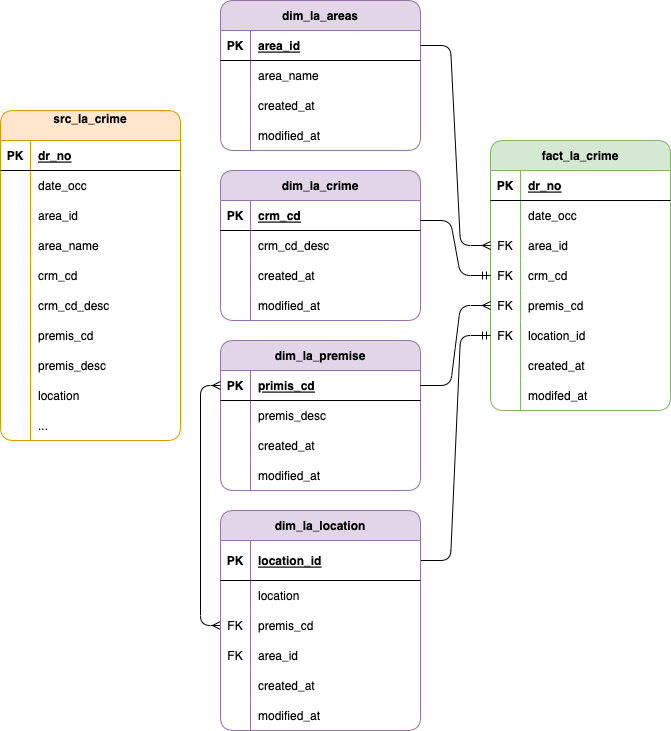
Before: img/LA_CRIME_ERD.png, a diagram exported from draw.io (Drewrwhite/team-week2). Source tidied: cells renumbered, new cells last; positions are measured from the earlier drawing's top-left corner, leaving out a move shared by most shapes.
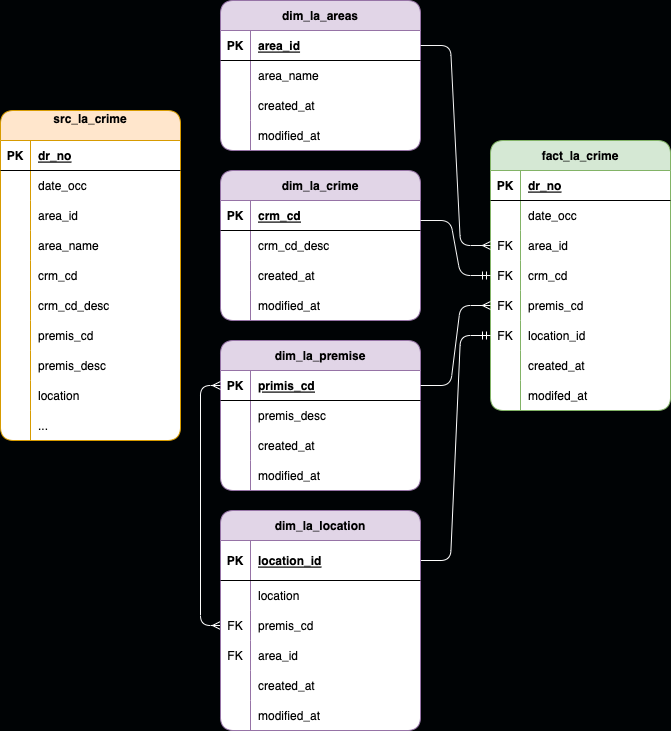
The same file after the commit.

The edit, as a diff of the source:
```diff
@@ -1,8 +1,8 @@
-<mxGraphModel background="#ffffff">
+<mxGraphModel background="#000305">
   <root>
     <mxCell id="0" />
     <mxCell id="1" parent="0" />
-    <mxCell id="2" value="dim_la_areas" style="shape=table;startSize=30;rowLines=0;fontStyle=1;align=center;fillColor=#e1d5e7;strokeColor=#9673a6;rounded=1;" parent="1" vertex="1">
+    <mxCell id="2" value="dim_la_areas" style="shape=table;startSize=30;rowLines=0;fontStyle=1;align=center;fillColor=#e1d5e7;strokeColor=#9673a6;rounded=1;gradientColor=none;swimlaneFillColor=default;" parent="1" vertex="1">
       <mxGeometry x="220" width="200" height="150" as="geometry" />
     </mxCell>
     <mxCell id="3" style="shape=tableRow;horizontal=0;startSize=0;swimlaneHead=0;swimlaneBody=0;fillColor=none;points=[[0,0.5],[1,0.5]];portConstraint=eastwest;top=0;left=0;right=0;bottom=1;rounded=1;" parent="2" vertex="1">
@@ -41,7 +41,7 @@
     <mxCell id="14" value="modified_at" style="shape=partialRectangle;fillColor=none;top=0;left=0;bottom=0;right=0;align=left;spacingLeft=6;overflow=hidden;rounded=1;" parent="12" vertex="1">
       <mxGeometry x="30" width="170" height="30" as="geometry" />
     </mxCell>
-    <mxCell id="15" value="fact_la_crime" style="shape=table;startSize=30;rowLines=0;fontStyle=1;align=center;fillColor=#d5e8d4;strokeColor=#82b366;rounded=1;" parent="1" vertex="1">
+    <mxCell id="15" value="fact_la_crime" style="shape=table;startSize=30;rowLines=0;fontStyle=1;align=center;fillColor=#d5e8d4;strokeColor=#82b366;rounded=1;swimlaneFillColor=default;" parent="1" vertex="1">
       <mxGeometry x="490" y="140" width="180" height="270" as="geometry" />
     </mxCell>
     <mxCell id="16" style="shape=tableRow;horizontal=0;startSize=0;swimlaneHead=0;swimlaneBody=0;fillColor=none;top=0;left=0;right=0;bottom=1;rounded=1;" parent="15" vertex="1">
@@ -62,7 +62,7 @@
     <mxCell id="21" value="date_occ" style="shape=partialRectangle;fillColor=none;top=0;left=0;bottom=0;right=0;align=left;spacingLeft=6;overflow=hidden;rounded=1;" parent="19" vertex="1">
       <mxGeometry x="30" width="150" height="30" as="geometry" />
     </mxCell>
-    <mxCell id="22" style="shape=tableRow;horizontal=0;startSize=0;swimlaneHead=0;swimlaneBody=0;fillColor=none;points=[[0,0.5],[1,0.5]];portConstraint=eastwest;top=0;left=0;right=0;bottom=0;rounded=1;" parent="15" vertex="1">
+    <mxCell id="22" style="shape=tableRow;horizontal=0;startSize=0;swimlaneHead=0;swimlaneBody=0;fillColor=none;points=[[0,0.5],[1,0.5]];portConstraint=eastwest;top=0;left=0;right=0;bottom=0;rounded=1;swimlaneFillColor=default;" parent="15" vertex="1">
       <mxGeometry y="90" width="180" height="30" as="geometry" />
     </mxCell>
     <mxCell id="23" value="FK" style="shape=partialRectangle;fillColor=none;top=0;left=0;bottom=0;right=0;overflow=hidden;rounded=1;" parent="22" vertex="1">
@@ -116,7 +116,7 @@
     <mxCell id="39" value="modifed_at" style="shape=partialRectangle;fillColor=none;top=0;left=0;bottom=0;right=0;align=left;spacingLeft=6;overflow=hidden;rounded=1;" parent="37" vertex="1">
       <mxGeometry x="30" width="150" height="30" as="geometry" />
     </mxCell>
-    <mxCell id="40" value="dim_la_premise" style="shape=table;startSize=30;rowLines=0;fontStyle=1;align=center;fillColor=#e1d5e7;strokeColor=#9673a6;rounded=1;" parent="1" vertex="1">
+    <mxCell id="40" value="dim_la_premise" style="shape=table;startSize=30;rowLines=0;fontStyle=1;align=center;fillColor=#e1d5e7;strokeColor=#9673a6;rounded=1;swimlaneFillColor=default;" parent="1" vertex="1">
       <mxGeometry x="220" y="340" width="200" height="150" as="geometry" />
     </mxCell>
     <mxCell id="41" style="shape=tableRow;horizontal=0;startSize=0;swimlaneHead=0;swimlaneBody=0;fillColor=none;points=[[0,0.5],[1,0.5]];portConstraint=eastwest;top=0;left=0;right=0;bottom=1;rounded=1;" parent="40" vertex="1">
@@ -128,7 +128,7 @@
     <mxCell id="43" value="primis_cd" style="shape=partialRectangle;fillColor=none;top=0;left=0;bottom=0;right=0;align=left;spacingLeft=6;fontStyle=5;overflow=hidden;rounded=1;" parent="41" vertex="1">
       <mxGeometry x="30" width="170" height="30" as="geometry" />
     </mxCell>
-    <mxCell id="44" style="shape=tableRow;horizontal=0;startSize=0;swimlaneHead=0;swimlaneBody=0;fillColor=none;top=0;left=0;right=0;bottom=0;rounded=1;" parent="40" vertex="1">
+    <mxCell id="44" style="shape=tableRow;horizontal=0;startSize=0;swimlaneHead=0;swimlaneBody=0;fillColor=none;top=0;left=0;right=0;bottom=0;rounded=1;swimlaneFillColor=default;" parent="40" vertex="1">
       <mxGeometry y="60" width="200" height="30" as="geometry" />
     </mxCell>
     <mxCell id="45" style="shape=partialRectangle;fillColor=none;top=0;left=0;bottom=0;right=0;overflow=hidden;rounded=1;" parent="44" vertex="1">
@@ -155,23 +155,23 @@
     <mxCell id="52" value="modified_at" style="shape=partialRectangle;fillColor=none;top=0;left=0;bottom=0;right=0;align=left;spacingLeft=6;overflow=hidden;rounded=1;" parent="50" vertex="1">
       <mxGeometry x="30" width="170" height="30" as="geometry" />
     </mxCell>
-    <mxCell id="53" style="edgeStyle=entityRelationEdgeStyle;fontSize=12;html=1;endArrow=ERmany;endFill=0;rounded=1;entryX=0;entryY=0.5;entryDx=0;entryDy=0;" parent="1" edge="1" source="41" target="28">
+    <mxCell id="53" style="edgeStyle=entityRelationEdgeStyle;fontSize=12;html=1;endArrow=ERmany;endFill=0;rounded=1;entryX=0;entryY=0.5;entryDx=0;entryDy=0;strokeColor=#FCFCFC;" parent="1" edge="1" source="41" target="28">
       <mxGeometry relative="1" as="geometry" />
     </mxCell>
-    <mxCell id="54" style="edgeStyle=entityRelationEdgeStyle;fontSize=12;html=1;endArrow=ERmandOne;startArrow=none;rounded=1;entryX=0;entryY=0.5;entryDx=0;entryDy=0;exitX=1;exitY=0.5;exitDx=0;exitDy=0;" parent="1" edge="1" source="58" target="31">
+    <mxCell id="54" style="edgeStyle=entityRelationEdgeStyle;fontSize=12;html=1;endArrow=ERmandOne;startArrow=none;rounded=1;entryX=0;entryY=0.5;entryDx=0;entryDy=0;exitX=1;exitY=0.5;exitDx=0;exitDy=0;strokeColor=#FFFFFF;" parent="1" edge="1" source="58" target="31">
       <mxGeometry relative="1" as="geometry" />
     </mxCell>
-    <mxCell id="55" style="edgeStyle=elbowEdgeStyle;fontSize=12;html=1;endArrow=ERmany;startArrow=ERmany;rounded=1;entryX=0;entryY=0.5;entryDx=0;entryDy=0;exitX=0;exitY=0.5;exitDx=0;exitDy=0;" parent="1" edge="1" source="64" target="41">
+    <mxCell id="55" style="edgeStyle=elbowEdgeStyle;fontSize=12;html=1;endArrow=ERmany;startArrow=ERmany;rounded=1;entryX=0;entryY=0.5;entryDx=0;entryDy=0;exitX=0;exitY=0.5;exitDx=0;exitDy=0;strokeColor=#FCFCFC;" parent="1" edge="1" source="64" target="41">
       <mxGeometry relative="1" as="geometry">
         <Array as="points">
           <mxPoint x="200" y="400" />
         </Array>
       </mxGeometry>
     </mxCell>
-    <mxCell id="56" style="edgeStyle=entityRelationEdgeStyle;fontSize=12;html=1;endArrow=ERmany;rounded=1;entryX=0;entryY=0.5;entryDx=0;entryDy=0;" parent="1" edge="1" source="3" target="22">
+    <mxCell id="56" style="edgeStyle=entityRelationEdgeStyle;fontSize=12;html=1;endArrow=ERmany;rounded=1;entryX=0;entryY=0.5;entryDx=0;entryDy=0;strokeColor=#f5f5f5;" parent="1" edge="1" source="3" target="22">
       <mxGeometry relative="1" as="geometry" />
     </mxCell>
-    <mxCell id="57" value="dim_la_location" style="shape=table;startSize=30;rowLines=0;fontStyle=1;align=center;fillColor=#e1d5e7;strokeColor=#9673a6;rounded=1;" parent="1" vertex="1">
+    <mxCell id="57" value="dim_la_location" style="shape=table;startSize=30;rowLines=0;fontStyle=1;align=center;fillColor=#e1d5e7;strokeColor=#9673a6;rounded=1;swimlaneFillColor=default;" parent="1" vertex="1">
       <mxGeometry x="220" y="510" width="200" height="220" as="geometry" />
     </mxCell>
     <mxCell id="58" style="shape=tableRow;horizontal=0;startSize=0;swimlaneHead=0;swimlaneBody=0;fillColor=none;points=[[0,0.5],[1,0.5]];portConstraint=eastwest;top=0;left=0;right=0;bottom=1;rounded=1;" parent="57" vertex="1">
@@ -228,7 +228,7 @@
     <mxCell id="75" value="modified_at" style="shape=partialRectangle;fillColor=none;top=0;left=0;bottom=0;right=0;align=left;spacingLeft=6;overflow=hidden;rounded=1;" parent="73" vertex="1">
       <mxGeometry x="30" width="170" height="30" as="geometry" />
     </mxCell>
-    <mxCell id="76" value="src_la_crime&#10;" style="shape=table;startSize=30;rowLines=0;fontStyle=1;align=center;fillColor=#ffe6cc;strokeColor=#d79b00;rounded=1;" parent="1" vertex="1">
+    <mxCell id="76" value="src_la_crime&#10;" style="shape=table;startSize=30;rowLines=0;fontStyle=1;align=center;fillColor=#ffe6cc;strokeColor=#d79b00;rounded=1;swimlaneFillColor=default;" parent="1" vertex="1">
       <mxGeometry y="110" width="180" height="330" as="geometry" />
     </mxCell>
     <mxCell id="77" style="shape=tableRow;horizontal=0;startSize=0;swimlaneHead=0;swimlaneBody=0;fillColor=none;top=0;left=0;right=0;bottom=1;rounded=1;" parent="76" vertex="1">
@@ -321,7 +321,7 @@
     <mxCell id="106" value="..." style="shape=partialRectangle;fillColor=none;top=0;left=0;bottom=0;right=0;align=left;spacingLeft=6;overflow=hidden;rounded=1;" parent="104" vertex="1">
       <mxGeometry x="30" width="150" height="30" as="geometry" />
     </mxCell>
-    <mxCell id="107" value="dim_la_crime" style="shape=table;startSize=30;rowLines=0;fontStyle=1;align=center;rounded=1;fillColor=#e1d5e7;strokeColor=#9673a6;" parent="1" vertex="1">
+    <mxCell id="107" value="dim_la_crime" style="shape=table;startSize=30;rowLines=0;fontStyle=1;align=center;rounded=1;fillColor=#e1d5e7;strokeColor=#9673a6;swimlaneFillColor=default;" parent="1" vertex="1">
       <mxGeometry x="220" y="170" width="200" height="150" as="geometry" />
     </mxCell>
     <mxCell id="108" style="shape=tableRow;horizontal=0;startSize=0;swimlaneHead=0;swimlaneBody=0;fillColor=none;top=0;left=0;right=0;bottom=1;rounded=1;" parent="107" vertex="1">
@@ -360,7 +360,7 @@
     <mxCell id="119" value="modified_at" style="shape=partialRectangle;fillColor=none;top=0;left=0;bottom=0;right=0;align=left;spacingLeft=6;overflow=hidden;rounded=1;" parent="117" vertex="1">
       <mxGeometry x="30" width="170" height="30" as="geometry" />
     </mxCell>
-    <mxCell id="120" style="edgeStyle=entityRelationEdgeStyle;fontSize=12;html=1;endArrow=ERmandOne;rounded=1;entryX=0;entryY=0.5;entryDx=0;entryDy=0;" parent="1" edge="1" target="25">
+    <mxCell id="120" style="edgeStyle=entityRelationEdgeStyle;fontSize=12;html=1;endArrow=ERmandOne;rounded=1;entryX=0;entryY=0.5;entryDx=0;entryDy=0;strokeColor=#F5F5F5;" parent="1" edge="1" target="25">
       <mxGeometry relative="1" as="geometry">
         <mxPoint x="420" y="220" as="sourcePoint" />
       </mxGeometry>
```
